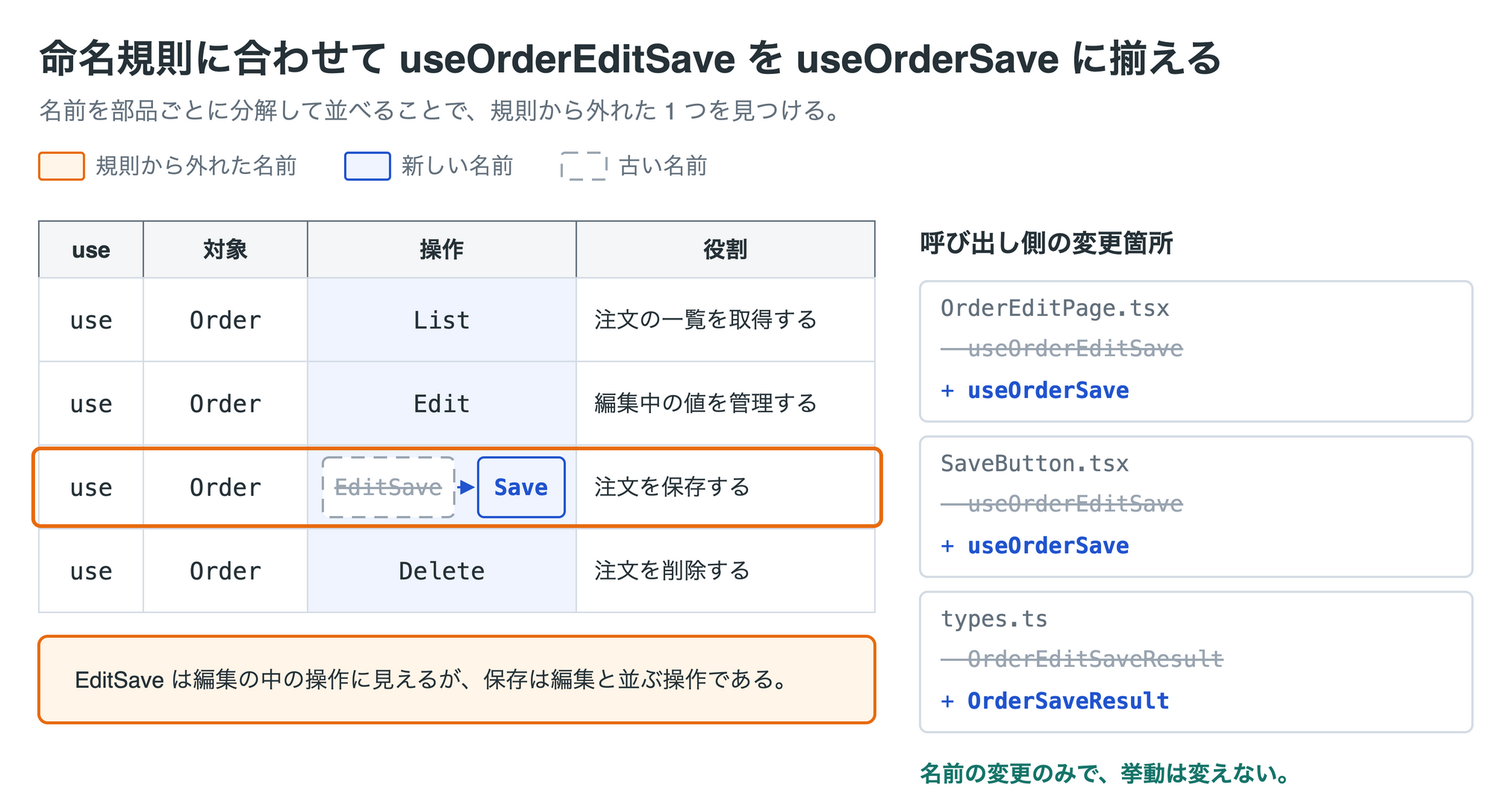
Above: skills/explanatory-diagrams/templates/refactor-rename/refactor-rename.drawio.png in nntto/skills (draw.io), before the change. Source tidied: cells renumbered, new cells last; positions are measured from the earlier drawing's top-left corner, leaving out a move shared by most shapes. Its diagram source:
```xml
<mxGraphModel background="#ffffff">
  <root>
    <mxCell id="0" />
    <mxCell id="1" parent="0" />
    <mxCell id="2" value="命名規則に合わせて useOrderEditSave を useOrderSave に揃える" style="text;html=1;whiteSpace=wrap;fontFamily=Helvetica;fontSize=26;fontColor=#263238;align=left;verticalAlign=middle;spacing=0;fontStyle=1;" parent="1" vertex="1">
      <mxGeometry x="4" width="960" height="38" as="geometry" />
    </mxCell>
    <mxCell id="3" value="名前を部品ごとに分解して並べることで、規則から外れた 1 つを見つける。" style="text;html=1;whiteSpace=wrap;fontFamily=Helvetica;fontSize=16;fontColor=#64717d;align=left;verticalAlign=middle;spacing=0;" parent="1" vertex="1">
      <mxGeometry x="4" y="42" width="960" height="24" as="geometry" />
    </mxCell>
    <mxCell id="4" style="rounded=1;absoluteArcSize=1;arcSize=4;whiteSpace=wrap;html=1;fillColor=#fff5e8;strokeColor=#e86b10;strokeWidth=1.5;fontColor=#e86b10;fontFamily=Helvetica;fontSize=17;align=center;verticalAlign=middle;spacing=10;" parent="1" vertex="1">
      <mxGeometry x="4" y="82" width="30" height="18" as="geometry" />
    </mxCell>
    <mxCell id="5" value="規則から外れた名前" style="text;html=1;whiteSpace=wrap;fontFamily=Helvetica;fontSize=15;fontColor=#64717d;align=left;verticalAlign=middle;spacing=0;" parent="1" vertex="1">
      <mxGeometry x="42" y="80" width="139" height="22" as="geometry" />
    </mxCell>
    <mxCell id="6" style="rounded=1;absoluteArcSize=1;arcSize=4;whiteSpace=wrap;html=1;fillColor=#eff4ff;strokeColor=#2154ce;strokeWidth=1.5;fontColor=#2154ce;fontFamily=Helvetica;fontSize=17;align=center;verticalAlign=middle;spacing=10;" parent="1" vertex="1">
      <mxGeometry x="209" y="82" width="30" height="18" as="geometry" />
    </mxCell>
    <mxCell id="7" value="新しい名前" style="text;html=1;whiteSpace=wrap;fontFamily=Helvetica;fontSize=15;fontColor=#64717d;align=left;verticalAlign=middle;spacing=0;" parent="1" vertex="1">
      <mxGeometry x="247" y="80" width="79" height="22" as="geometry" />
    </mxCell>
    <mxCell id="8" style="rounded=1;absoluteArcSize=1;arcSize=4;whiteSpace=wrap;html=1;fillColor=#ffffff;strokeColor=#9aa5b1;strokeWidth=1.5;fontColor=#9aa5b1;fontFamily=Helvetica;fontSize=17;align=center;verticalAlign=middle;spacing=10;dashed=1;dashPattern=6 4;" parent="1" vertex="1">
      <mxGeometry x="354" y="82" width="30" height="18" as="geometry" />
    </mxCell>
    <mxCell id="9" value="古い名前" style="text;html=1;whiteSpace=wrap;fontFamily=Helvetica;fontSize=15;fontColor=#64717d;align=left;verticalAlign=middle;spacing=0;" parent="1" vertex="1">
      <mxGeometry x="392" y="80" width="64" height="22" as="geometry" />
    </mxCell>
    <mxCell id="10" value="&lt;b&gt;use&lt;/b&gt;" style="rounded=0;absoluteArcSize=1;arcSize=12;whiteSpace=wrap;html=1;fillColor=#f5f6f7;strokeColor=#64717d;strokeWidth=1;fontColor=#263238;fontFamily=Helvetica;fontSize=15;align=center;verticalAlign=middle;spacing=2;" parent="1" vertex="1">
      <mxGeometry x="4" y="128" width="70" height="38" as="geometry" />
    </mxCell>
    <mxCell id="11" value="&lt;b&gt;対象&lt;/b&gt;" style="rounded=0;absoluteArcSize=1;arcSize=12;whiteSpace=wrap;html=1;fillColor=#f5f6f7;strokeColor=#64717d;strokeWidth=1;fontColor=#263238;fontFamily=Helvetica;fontSize=15;align=center;verticalAlign=middle;spacing=2;" parent="1" vertex="1">
      <mxGeometry x="74" y="128" width="110" height="38" as="geometry" />
    </mxCell>
    <mxCell id="12" value="&lt;b&gt;操作&lt;/b&gt;" style="rounded=0;absoluteArcSize=1;arcSize=12;whiteSpace=wrap;html=1;fillColor=#f5f6f7;strokeColor=#64717d;strokeWidth=1;fontColor=#263238;fontFamily=Helvetica;fontSize=15;align=center;verticalAlign=middle;spacing=2;" parent="1" vertex="1">
      <mxGeometry x="184" y="128" width="180" height="38" as="geometry" />
    </mxCell>
    <mxCell id="13" value="&lt;b&gt;役割&lt;/b&gt;" style="rounded=0;absoluteArcSize=1;arcSize=12;whiteSpace=wrap;html=1;fillColor=#f5f6f7;strokeColor=#64717d;strokeWidth=1;fontColor=#263238;fontFamily=Helvetica;fontSize=15;align=center;verticalAlign=middle;spacing=2;" parent="1" vertex="1">
      <mxGeometry x="364" y="128" width="200" height="38" as="geometry" />
    </mxCell>
    <mxCell id="14" style="rounded=0;absoluteArcSize=1;arcSize=12;html=1;fillColor=#eff4ff;strokeColor=none;strokeWidth=1;" parent="1" vertex="1">
      <mxGeometry x="184" y="166" width="180" height="224" as="geometry" />
    </mxCell>
    <mxCell id="15" style="rounded=0;absoluteArcSize=1;arcSize=12;html=1;fillColor=none;strokeColor=#D5DCE5;strokeWidth=1;" parent="1" vertex="1">
      <mxGeometry x="4" y="166" width="70" height="56" as="geometry" />
    </mxCell>
    <mxCell id="16" style="rounded=0;absoluteArcSize=1;arcSize=12;html=1;fillColor=none;strokeColor=#D5DCE5;strokeWidth=1;" parent="1" vertex="1">
      <mxGeometry x="74" y="166" width="110" height="56" as="geometry" />
    </mxCell>
    <mxCell id="17" style="rounded=0;absoluteArcSize=1;arcSize=12;html=1;fillColor=none;strokeColor=#D5DCE5;strokeWidth=1;" parent="1" vertex="1">
      <mxGeometry x="184" y="166" width="180" height="56" as="geometry" />
    </mxCell>
    <mxCell id="18" style="rounded=0;absoluteArcSize=1;arcSize=12;html=1;fillColor=none;strokeColor=#D5DCE5;strokeWidth=1;" parent="1" vertex="1">
      <mxGeometry x="364" y="166" width="200" height="56" as="geometry" />
    </mxCell>
    <mxCell id="19" value="use" style="text;html=1;whiteSpace=wrap;fontFamily=Helvetica;fontSize=16;fontColor=#263238;align=center;verticalAlign=middle;spacing=0;fontFamily=Menlo;" parent="1" vertex="1">
      <mxGeometry x="4" y="166" width="70" height="56" as="geometry" />
    </mxCell>
    <mxCell id="20" value="Order" style="text;html=1;whiteSpace=wrap;fontFamily=Helvetica;fontSize=16;fontColor=#263238;align=center;verticalAlign=middle;spacing=0;fontFamily=Menlo;" parent="1" vertex="1">
      <mxGeometry x="74" y="166" width="110" height="56" as="geometry" />
    </mxCell>
    <mxCell id="21" value="List" style="text;html=1;whiteSpace=wrap;fontFamily=Helvetica;fontSize=16;fontColor=#263238;align=center;verticalAlign=middle;spacing=0;fontFamily=Menlo;" parent="1" vertex="1">
      <mxGeometry x="184" y="166" width="180" height="56" as="geometry" />
    </mxCell>
    <mxCell id="22" value="注文の一覧を取得する" style="text;html=1;whiteSpace=wrap;fontFamily=Helvetica;fontSize=15;fontColor=#263238;align=left;verticalAlign=middle;spacing=0;" parent="1" vertex="1">
      <mxGeometry x="376" y="166" width="184" height="56" as="geometry" />
    </mxCell>
    <mxCell id="23" style="rounded=0;absoluteArcSize=1;arcSize=12;html=1;fillColor=none;strokeColor=#D5DCE5;strokeWidth=1;" parent="1" vertex="1">
      <mxGeometry x="4" y="222" width="70" height="56" as="geometry" />
    </mxCell>
    <mxCell id="24" style="rounded=0;absoluteArcSize=1;arcSize=12;html=1;fillColor=none;strokeColor=#D5DCE5;strokeWidth=1;" parent="1" vertex="1">
      <mxGeometry x="74" y="222" width="110" height="56" as="geometry" />
    </mxCell>
    <mxCell id="25" style="rounded=0;absoluteArcSize=1;arcSize=12;html=1;fillColor=none;strokeColor=#D5DCE5;strokeWidth=1;" parent="1" vertex="1">
      <mxGeometry x="184" y="222" width="180" height="56" as="geometry" />
    </mxCell>
    <mxCell id="26" style="rounded=0;absoluteArcSize=1;arcSize=12;html=1;fillColor=none;strokeColor=#D5DCE5;strokeWidth=1;" parent="1" vertex="1">
      <mxGeometry x="364" y="222" width="200" height="56" as="geometry" />
    </mxCell>
    <mxCell id="27" value="use" style="text;html=1;whiteSpace=wrap;fontFamily=Helvetica;fontSize=16;fontColor=#263238;align=center;verticalAlign=middle;spacing=0;fontFamily=Menlo;" parent="1" vertex="1">
      <mxGeometry x="4" y="222" width="70" height="56" as="geometry" />
    </mxCell>
    <mxCell id="28" value="Order" style="text;html=1;whiteSpace=wrap;fontFamily=Helvetica;fontSize=16;fontColor=#263238;align=center;verticalAlign=middle;spacing=0;fontFamily=Menlo;" parent="1" vertex="1">
      <mxGeometry x="74" y="222" width="110" height="56" as="geometry" />
    </mxCell>
    <mxCell id="29" value="Edit" style="text;html=1;whiteSpace=wrap;fontFamily=Helvetica;fontSize=16;fontColor=#263238;align=center;verticalAlign=middle;spacing=0;fontFamily=Menlo;" parent="1" vertex="1">
      <mxGeometry x="184" y="222" width="180" height="56" as="geometry" />
    </mxCell>
    <mxCell id="30" value="編集中の値を管理する" style="text;html=1;whiteSpace=wrap;fontFamily=Helvetica;fontSize=15;fontColor=#263238;align=left;verticalAlign=middle;spacing=0;" parent="1" vertex="1">
      <mxGeometry x="376" y="222" width="184" height="56" as="geometry" />
    </mxCell>
    <mxCell id="31" style="rounded=0;absoluteArcSize=1;arcSize=12;html=1;fillColor=none;strokeColor=#D5DCE5;strokeWidth=1;" parent="1" vertex="1">
      <mxGeometry x="4" y="278" width="70" height="56" as="geometry" />
    </mxCell>
    <mxCell id="32" style="rounded=0;absoluteArcSize=1;arcSize=12;html=1;fillColor=none;strokeColor=#D5DCE5;strokeWidth=1;" parent="1" vertex="1">
      <mxGeometry x="74" y="278" width="110" height="56" as="geometry" />
    </mxCell>
    <mxCell id="33" style="rounded=0;absoluteArcSize=1;arcSize=12;html=1;fillColor=none;strokeColor=#D5DCE5;strokeWidth=1;" parent="1" vertex="1">
      <mxGeometry x="184" y="278" width="180" height="56" as="geometry" />
    </mxCell>
    <mxCell id="34" style="rounded=0;absoluteArcSize=1;arcSize=12;html=1;fillColor=none;strokeColor=#D5DCE5;strokeWidth=1;" parent="1" vertex="1">
      <mxGeometry x="364" y="278" width="200" height="56" as="geometry" />
    </mxCell>
    <mxCell id="35" value="use" style="text;html=1;whiteSpace=wrap;fontFamily=Helvetica;fontSize=16;fontColor=#263238;align=center;verticalAlign=middle;spacing=0;fontFamily=Menlo;" parent="1" vertex="1">
      <mxGeometry x="4" y="278" width="70" height="56" as="geometry" />
    </mxCell>
    <mxCell id="36" value="Order" style="text;html=1;whiteSpace=wrap;fontFamily=Helvetica;fontSize=16;fontColor=#263238;align=center;verticalAlign=middle;spacing=0;fontFamily=Menlo;" parent="1" vertex="1">
      <mxGeometry x="74" y="278" width="110" height="56" as="geometry" />
    </mxCell>
    <mxCell id="37" value="EditSave" style="rounded=1;absoluteArcSize=1;arcSize=8;whiteSpace=wrap;html=1;fillColor=#ffffff;strokeColor=#9aa5b1;strokeWidth=1.5;fontColor=#9aa5b1;fontFamily=Helvetica;fontSize=15;align=center;verticalAlign=middle;spacing=2;dashed=1;dashPattern=6 4;fontFamily=Menlo;fontStyle=8;" parent="1" vertex="1">
      <mxGeometry x="194" y="286" width="88" height="40" as="geometry" />
    </mxCell>
    <mxCell id="38" style="edgeStyle=none;rounded=1;html=1;strokeColor=#2154ce;strokeWidth=1.5;endArrow=block;endFill=1;startArrow=none;startFill=1;endSize=8;fontFamily=Helvetica;fontSize=15;fontColor=#2154ce;labelBackgroundColor=#ffffff;endSize=6;" parent="1" edge="1">
      <mxGeometry relative="1" as="geometry">
        <mxPoint x="284" y="306" as="sourcePoint" />
        <mxPoint x="296" y="306" as="targetPoint" />
      </mxGeometry>
    </mxCell>
    <mxCell id="39" value="&lt;b&gt;Save&lt;/b&gt;" style="rounded=1;absoluteArcSize=1;arcSize=8;whiteSpace=wrap;html=1;fillColor=#eff4ff;strokeColor=#2154ce;strokeWidth=1.5;fontColor=#2154ce;fontFamily=Helvetica;fontSize=15;align=center;verticalAlign=middle;spacing=2;fontFamily=Menlo;" parent="1" vertex="1">
      <mxGeometry x="298" y="286" width="58" height="40" as="geometry" />
    </mxCell>
    <mxCell id="40" style="rounded=1;absoluteArcSize=1;arcSize=10;html=1;fillColor=none;strokeColor=#e86b10;strokeWidth=2.5;" parent="1" vertex="1">
      <mxGeometry y="280" width="568" height="52" as="geometry" />
    </mxCell>
    <mxCell id="41" value="注文を保存する" style="text;html=1;whiteSpace=wrap;fontFamily=Helvetica;fontSize=15;fontColor=#263238;align=left;verticalAlign=middle;spacing=0;" parent="1" vertex="1">
      <mxGeometry x="376" y="278" width="184" height="56" as="geometry" />
    </mxCell>
    <mxCell id="42" style="rounded=0;absoluteArcSize=1;arcSize=12;html=1;fillColor=none;strokeColor=#D5DCE5;strokeWidth=1;" parent="1" vertex="1">
      <mxGeometry x="4" y="334" width="70" height="56" as="geometry" />
    </mxCell>
    <mxCell id="43" style="rounded=0;absoluteArcSize=1;arcSize=12;html=1;fillColor=none;strokeColor=#D5DCE5;strokeWidth=1;" parent="1" vertex="1">
      <mxGeometry x="74" y="334" width="110" height="56" as="geometry" />
    </mxCell>
    <mxCell id="44" style="rounded=0;absoluteArcSize=1;arcSize=12;html=1;fillColor=none;strokeColor=#D5DCE5;strokeWidth=1;" parent="1" vertex="1">
      <mxGeometry x="184" y="334" width="180" height="56" as="geometry" />
    </mxCell>
    <mxCell id="45" style="rounded=0;absoluteArcSize=1;arcSize=12;html=1;fillColor=none;strokeColor=#D5DCE5;strokeWidth=1;" parent="1" vertex="1">
      <mxGeometry x="364" y="334" width="200" height="56" as="geometry" />
    </mxCell>
    <mxCell id="46" value="use" style="text;html=1;whiteSpace=wrap;fontFamily=Helvetica;fontSize=16;fontColor=#263238;align=center;verticalAlign=middle;spacing=0;fontFamily=Menlo;" parent="1" vertex="1">
      <mxGeometry x="4" y="334" width="70" height="56" as="geometry" />
    </mxCell>
    <mxCell id="47" value="Order" style="text;html=1;whiteSpace=wrap;fontFamily=Helvetica;fontSize=16;fontColor=#263238;align=center;verticalAlign=middle;spacing=0;fontFamily=Menlo;" parent="1" vertex="1">
      <mxGeometry x="74" y="334" width="110" height="56" as="geometry" />
    </mxCell>
    <mxCell id="48" value="Delete" style="text;html=1;whiteSpace=wrap;fontFamily=Helvetica;fontSize=16;fontColor=#263238;align=center;verticalAlign=middle;spacing=0;fontFamily=Menlo;" parent="1" vertex="1">
      <mxGeometry x="184" y="334" width="180" height="56" as="geometry" />
    </mxCell>
    <mxCell id="49" value="注文を削除する" style="text;html=1;whiteSpace=wrap;fontFamily=Helvetica;fontSize=15;fontColor=#263238;align=left;verticalAlign=middle;spacing=0;" parent="1" vertex="1">
      <mxGeometry x="376" y="334" width="184" height="56" as="geometry" />
    </mxCell>
    <mxCell id="50" value="EditSave は編集の中の操作に見えるが、保存は編集と並ぶ操作である。" style="rounded=1;absoluteArcSize=1;arcSize=12;whiteSpace=wrap;html=1;fillColor=#fff5e8;strokeColor=#e86b10;strokeWidth=2;fontColor=#e86b10;fontFamily=Helvetica;fontSize=15;align=left;verticalAlign=middle;spacing=10;spacingLeft=14;fontColor=#263238;" parent="1" vertex="1">
      <mxGeometry x="4" y="406" width="560" height="58" as="geometry" />
    </mxCell>
    <mxCell id="51" value="呼び出し側の変更箇所" style="text;html=1;whiteSpace=wrap;fontFamily=Helvetica;fontSize=17;fontColor=#263238;align=left;verticalAlign=middle;spacing=0;fontStyle=1;" parent="1" vertex="1">
      <mxGeometry x="594" y="128" width="370" height="30" as="geometry" />
    </mxCell>
    <mxCell id="52" style="rounded=1;absoluteArcSize=1;arcSize=10;whiteSpace=wrap;html=1;fillColor=#ffffff;strokeColor=#64717d;strokeWidth=1.5;fontColor=#263238;fontFamily=Helvetica;fontSize=17;align=center;verticalAlign=middle;spacing=10;strokeColor=#D5DCE5;" parent="1" vertex="1">
      <mxGeometry x="594" y="168" width="370" height="94" as="geometry" />
    </mxCell>
    <mxCell id="53" value="OrderEditPage.tsx" style="text;html=1;whiteSpace=wrap;fontFamily=Helvetica;fontSize=15;fontColor=#64717d;align=left;verticalAlign=middle;spacing=0;fontFamily=Menlo;" parent="1" vertex="1">
      <mxGeometry x="608" y="174" width="340" height="24" as="geometry" />
    </mxCell>
    <mxCell id="54" value="- useOrderEditSave" style="text;html=1;whiteSpace=wrap;fontFamily=Helvetica;fontSize=15;fontColor=#9aa5b1;align=left;verticalAlign=middle;spacing=0;fontFamily=Menlo;fontStyle=8;" parent="1" vertex="1">
      <mxGeometry x="608" y="200" width="340" height="26" as="geometry" />
    </mxCell>
    <mxCell id="55" value="+ &lt;b&gt;useOrderSave&lt;/b&gt;" style="text;html=1;whiteSpace=wrap;fontFamily=Helvetica;fontSize=15;fontColor=#2154ce;align=left;verticalAlign=middle;spacing=0;fontFamily=Menlo;" parent="1" vertex="1">
      <mxGeometry x="608" y="228" width="340" height="26" as="geometry" />
    </mxCell>
    <mxCell id="56" style="rounded=1;absoluteArcSize=1;arcSize=10;whiteSpace=wrap;html=1;fillColor=#ffffff;strokeColor=#64717d;strokeWidth=1.5;fontColor=#263238;fontFamily=Helvetica;fontSize=17;align=center;verticalAlign=middle;spacing=10;strokeColor=#D5DCE5;" parent="1" vertex="1">
      <mxGeometry x="594" y="272" width="370" height="94" as="geometry" />
    </mxCell>
    <mxCell id="57" value="SaveButton.tsx" style="text;html=1;whiteSpace=wrap;fontFamily=Helvetica;fontSize=15;fontColor=#64717d;align=left;verticalAlign=middle;spacing=0;fontFamily=Menlo;" parent="1" vertex="1">
      <mxGeometry x="608" y="278" width="340" height="24" as="geometry" />
    </mxCell>
    <mxCell id="58" value="- useOrderEditSave" style="text;html=1;whiteSpace=wrap;fontFamily=Helvetica;fontSize=15;fontColor=#9aa5b1;align=left;verticalAlign=middle;spacing=0;fontFamily=Menlo;fontStyle=8;" parent="1" vertex="1">
      <mxGeometry x="608" y="304" width="340" height="26" as="geometry" />
    </mxCell>
    <mxCell id="59" value="+ &lt;b&gt;useOrderSave&lt;/b&gt;" style="text;html=1;whiteSpace=wrap;fontFamily=Helvetica;fontSize=15;fontColor=#2154ce;align=left;verticalAlign=middle;spacing=0;fontFamily=Menlo;" parent="1" vertex="1">
      <mxGeometry x="608" y="332" width="340" height="26" as="geometry" />
    </mxCell>
    <mxCell id="60" style="rounded=1;absoluteArcSize=1;arcSize=10;whiteSpace=wrap;html=1;fillColor=#ffffff;strokeColor=#64717d;strokeWidth=1.5;fontColor=#263238;fontFamily=Helvetica;fontSize=17;align=center;verticalAlign=middle;spacing=10;strokeColor=#D5DCE5;" parent="1" vertex="1">
      <mxGeometry x="594" y="376" width="370" height="94" as="geometry" />
    </mxCell>
    <mxCell id="61" value="types.ts" style="text;html=1;whiteSpace=wrap;fontFamily=Helvetica;fontSize=15;fontColor=#64717d;align=left;verticalAlign=middle;spacing=0;fontFamily=Menlo;" parent="1" vertex="1">
      <mxGeometry x="608" y="382" width="340" height="24" as="geometry" />
    </mxCell>
    <mxCell id="62" value="- OrderEditSaveResult" style="text;html=1;whiteSpace=wrap;fontFamily=Helvetica;fontSize=15;fontColor=#9aa5b1;align=left;verticalAlign=middle;spacing=0;fontFamily=Menlo;fontStyle=8;" parent="1" vertex="1">
      <mxGeometry x="608" y="408" width="340" height="26" as="geometry" />
    </mxCell>
    <mxCell id="63" value="+ &lt;b&gt;OrderSaveResult&lt;/b&gt;" style="text;html=1;whiteSpace=wrap;fontFamily=Helvetica;fontSize=15;fontColor=#2154ce;align=left;verticalAlign=middle;spacing=0;fontFamily=Menlo;" parent="1" vertex="1">
      <mxGeometry x="608" y="436" width="340" height="26" as="geometry" />
    </mxCell>
    <mxCell id="64" value="名前の変更のみで、挙動は変えない。" style="text;html=1;whiteSpace=wrap;fontFamily=Helvetica;fontSize=15;fontColor=#16756a;align=left;verticalAlign=middle;spacing=0;fontStyle=1;" parent="1" vertex="1">
      <mxGeometry x="594" y="486" width="370" height="24" as="geometry" />
    </mxCell>
  </root>
</mxGraphModel>
```
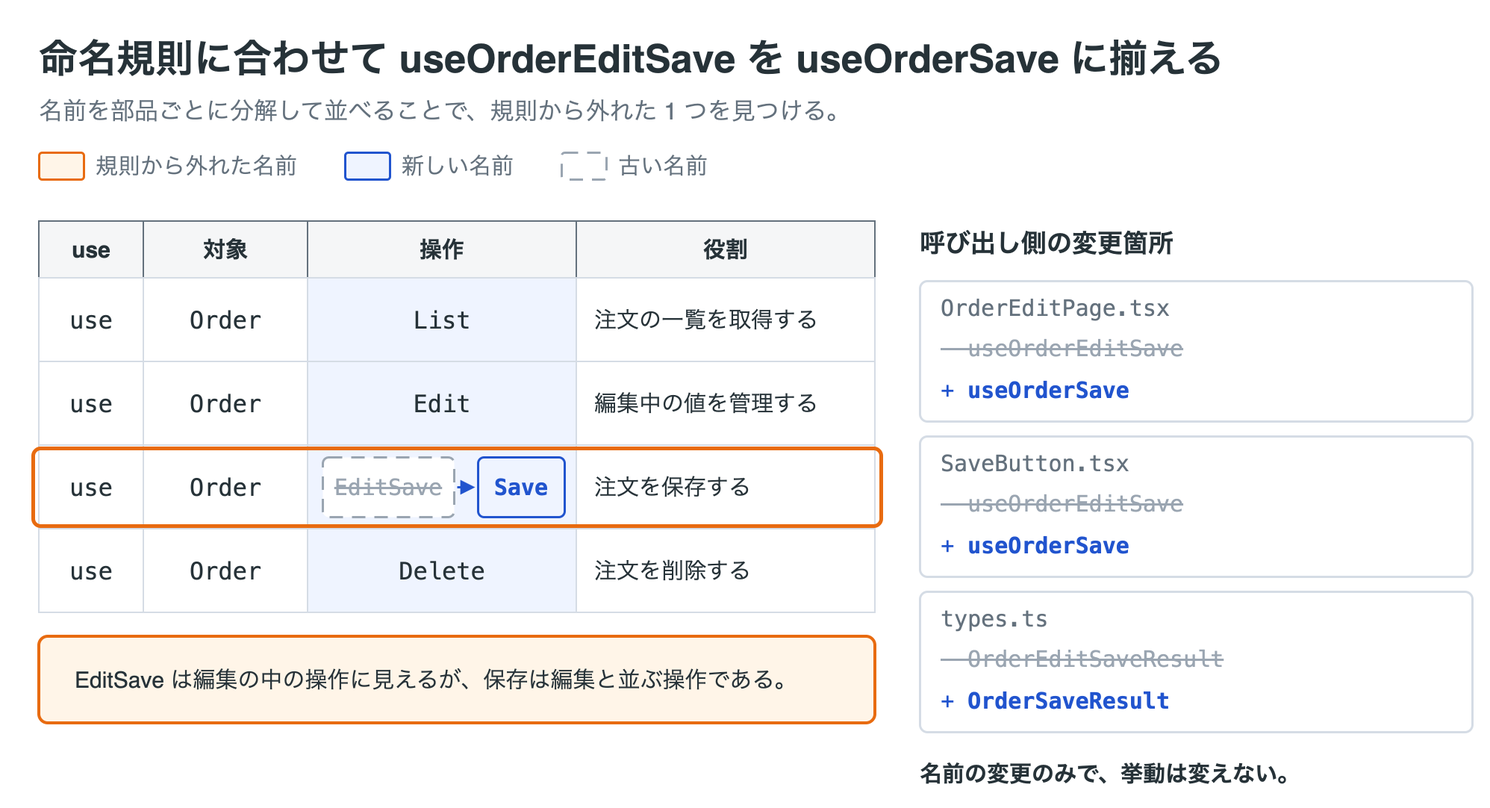
After the change.

The edit, as a diff of the source:
```diff
@@ -191,7 +191,7 @@
     <mxCell id="63" value="+ &lt;b&gt;OrderSaveResult&lt;/b&gt;" style="text;html=1;whiteSpace=wrap;fontFamily=Helvetica;fontSize=15;fontColor=#2154ce;align=left;verticalAlign=middle;spacing=0;fontFamily=Menlo;" parent="1" vertex="1">
       <mxGeometry x="608" y="436" width="340" height="26" as="geometry" />
     </mxCell>
-    <mxCell id="64" value="名前の変更のみで、挙動は変えない。" style="text;html=1;whiteSpace=wrap;fontFamily=Helvetica;fontSize=15;fontColor=#16756a;align=left;verticalAlign=middle;spacing=0;fontStyle=1;" parent="1" vertex="1">
+    <mxCell id="64" value="名前の変更のみで、挙動は変えない。" style="text;html=1;whiteSpace=wrap;fontFamily=Helvetica;fontSize=15;fontColor=#263238;align=left;verticalAlign=middle;spacing=0;fontStyle=1;" parent="1" vertex="1">
       <mxGeometry x="594" y="486" width="370" height="24" as="geometry" />
     </mxCell>
   </root>
```
